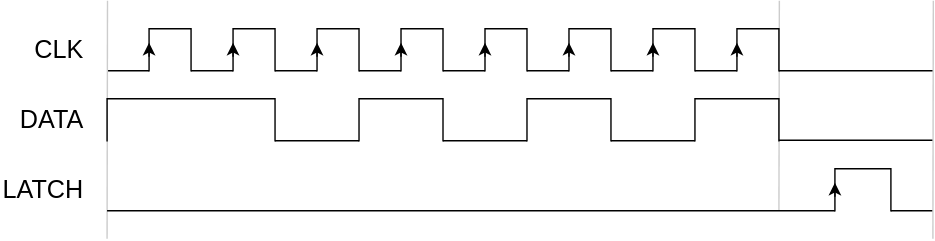
The draw.io diagram docs/11_pulse_transmitter_74HC595.drawio.svg in HX2003/tinyqv-pulse-transmitter, before a commit. Source tidied: cells renumbered, new cells last; positions are measured from the earlier drawing's top-left corner, leaving out a move shared by most shapes. The source it was exported from:
```xml
<mxGraphModel>
  <root>
    <mxCell id="0" />
    <mxCell id="1" parent="0" />
    <mxCell id="2" style="endArrow=none;html=1;strokeWidth=1;rounded=0;strokeColor=#CCCCCC;shadow=0;" parent="1" edge="1">
      <mxGeometry relative="1" as="geometry">
        <mxPoint x="520" y="150" as="sourcePoint" />
        <mxPoint x="520.3" as="targetPoint" />
      </mxGeometry>
    </mxCell>
    <mxCell id="3" style="group;fillColor=none;" parent="1" vertex="1">
      <mxGeometry x="40" y="20" width="60" height="30" as="geometry" />
    </mxCell>
    <mxCell id="4" style="shape=partialRectangle;whiteSpace=wrap;html=1;bottom=1;right=1;left=1;top=0;fillColor=none;routingCenterX=-0.5;rotation=-180;fillStyle=solid;gradientColor=none;textShadow=0;" parent="3" vertex="1">
      <mxGeometry x="30" width="30" height="30" as="geometry" />
    </mxCell>
    <mxCell id="5" style="endArrow=none;html=1;rounded=0;textShadow=0;" parent="3" edge="1">
      <mxGeometry relative="1" as="geometry">
        <mxPoint y="30" as="sourcePoint" />
        <mxPoint x="30" y="30" as="targetPoint" />
      </mxGeometry>
    </mxCell>
    <mxCell id="6" style="endArrow=classic;html=1;rounded=0;" parent="3" edge="1">
      <mxGeometry relative="1" as="geometry">
        <mxPoint x="30" y="20" as="sourcePoint" />
        <mxPoint x="30" y="10" as="targetPoint" />
      </mxGeometry>
    </mxCell>
    <mxCell id="7" style="endArrow=none;html=1;strokeWidth=1;rounded=0;strokeColor=#CCCCCC;shadow=0;" parent="3" edge="1">
      <mxGeometry relative="1" as="geometry">
        <mxPoint y="150" as="sourcePoint" />
        <mxPoint x="0.3" y="-20" as="targetPoint" />
      </mxGeometry>
    </mxCell>
    <mxCell id="8" value="&lt;font&gt;CLK&lt;/font&gt;" style="edgeLabel;html=1;align=right;verticalAlign=middle;labelBackgroundColor=none;textShadow=0;fontSize=18;" parent="1" vertex="1">
      <mxGeometry y="35" as="geometry">
        <mxPoint x="23" y="-1" as="offset" />
      </mxGeometry>
    </mxCell>
    <mxCell id="9" style="shape=partialRectangle;whiteSpace=wrap;html=1;bottom=1;right=1;left=1;top=0;fillColor=none;routingCenterX=-0.5;rotation=-180;fillStyle=solid;gradientColor=none;textShadow=0;" parent="1" vertex="1">
      <mxGeometry x="40" y="70" width="120" height="30" as="geometry" />
    </mxCell>
    <mxCell id="10" style="endArrow=none;html=1;rounded=0;textShadow=0;" parent="1" edge="1">
      <mxGeometry relative="1" as="geometry">
        <mxPoint x="160" y="100" as="sourcePoint" />
        <mxPoint x="220" y="100" as="targetPoint" />
      </mxGeometry>
    </mxCell>
    <mxCell id="11" style="shape=partialRectangle;whiteSpace=wrap;html=1;bottom=1;right=1;left=1;top=0;fillColor=none;routingCenterX=-0.5;rotation=-180;fillStyle=solid;gradientColor=none;textShadow=0;" parent="1" vertex="1">
      <mxGeometry x="220" y="70" width="60" height="30" as="geometry" />
    </mxCell>
    <mxCell id="12" style="endArrow=none;html=1;rounded=0;textShadow=0;" parent="1" edge="1">
      <mxGeometry relative="1" as="geometry">
        <mxPoint x="280" y="100" as="sourcePoint" />
        <mxPoint x="340" y="100" as="targetPoint" />
      </mxGeometry>
    </mxCell>
    <mxCell id="13" style="shape=partialRectangle;whiteSpace=wrap;html=1;bottom=1;right=1;left=1;top=0;fillColor=none;routingCenterX=-0.5;rotation=-180;fillStyle=solid;gradientColor=none;textShadow=0;" parent="1" vertex="1">
      <mxGeometry x="340" y="70" width="60" height="30" as="geometry" />
    </mxCell>
    <mxCell id="14" style="endArrow=none;html=1;rounded=0;textShadow=0;" parent="1" edge="1">
      <mxGeometry relative="1" as="geometry">
        <mxPoint x="400" y="100" as="sourcePoint" />
        <mxPoint x="460" y="100" as="targetPoint" />
      </mxGeometry>
    </mxCell>
    <mxCell id="15" style="shape=partialRectangle;whiteSpace=wrap;html=1;bottom=1;right=1;left=1;top=0;fillColor=none;routingCenterX=-0.5;rotation=-180;fillStyle=solid;gradientColor=none;textShadow=0;" parent="1" vertex="1">
      <mxGeometry x="460" y="70" width="60" height="30" as="geometry" />
    </mxCell>
    <mxCell id="16" style="group;fillColor=none;" parent="1" vertex="1">
      <mxGeometry x="100" y="20" width="60" height="30" as="geometry" />
    </mxCell>
    <mxCell id="17" style="shape=partialRectangle;whiteSpace=wrap;html=1;bottom=1;right=1;left=1;top=0;fillColor=none;routingCenterX=-0.5;rotation=-180;fillStyle=solid;gradientColor=none;textShadow=0;" parent="16" vertex="1">
      <mxGeometry x="30" width="30" height="30" as="geometry" />
    </mxCell>
    <mxCell id="18" style="endArrow=none;html=1;rounded=0;textShadow=0;" parent="16" edge="1">
      <mxGeometry relative="1" as="geometry">
        <mxPoint y="30" as="sourcePoint" />
        <mxPoint x="30" y="30" as="targetPoint" />
      </mxGeometry>
    </mxCell>
    <mxCell id="19" style="endArrow=classic;html=1;rounded=0;" parent="16" edge="1">
      <mxGeometry relative="1" as="geometry">
        <mxPoint x="30" y="20" as="sourcePoint" />
        <mxPoint x="30" y="10" as="targetPoint" />
      </mxGeometry>
    </mxCell>
    <mxCell id="20" style="group;fillColor=none;" parent="1" vertex="1">
      <mxGeometry x="160" y="20" width="60" height="30" as="geometry" />
    </mxCell>
    <mxCell id="21" style="shape=partialRectangle;whiteSpace=wrap;html=1;bottom=1;right=1;left=1;top=0;fillColor=none;routingCenterX=-0.5;rotation=-180;fillStyle=solid;gradientColor=none;textShadow=0;" parent="20" vertex="1">
      <mxGeometry x="30" width="30" height="30" as="geometry" />
    </mxCell>
    <mxCell id="22" style="endArrow=none;html=1;rounded=0;textShadow=0;" parent="20" edge="1">
      <mxGeometry relative="1" as="geometry">
        <mxPoint y="30" as="sourcePoint" />
        <mxPoint x="30" y="30" as="targetPoint" />
      </mxGeometry>
    </mxCell>
    <mxCell id="23" style="endArrow=classic;html=1;rounded=0;" parent="20" edge="1">
      <mxGeometry relative="1" as="geometry">
        <mxPoint x="30" y="20" as="sourcePoint" />
        <mxPoint x="30" y="10" as="targetPoint" />
      </mxGeometry>
    </mxCell>
    <mxCell id="24" style="group;fillColor=none;" parent="1" vertex="1">
      <mxGeometry x="220" y="20" width="60" height="30" as="geometry" />
    </mxCell>
    <mxCell id="25" style="shape=partialRectangle;whiteSpace=wrap;html=1;bottom=1;right=1;left=1;top=0;fillColor=none;routingCenterX=-0.5;rotation=-180;fillStyle=solid;gradientColor=none;textShadow=0;" parent="24" vertex="1">
      <mxGeometry x="30" width="30" height="30" as="geometry" />
    </mxCell>
    <mxCell id="26" style="endArrow=none;html=1;rounded=0;textShadow=0;" parent="24" edge="1">
      <mxGeometry relative="1" as="geometry">
        <mxPoint y="30" as="sourcePoint" />
        <mxPoint x="30" y="30" as="targetPoint" />
      </mxGeometry>
    </mxCell>
    <mxCell id="27" style="endArrow=classic;html=1;rounded=0;" parent="24" edge="1">
      <mxGeometry relative="1" as="geometry">
        <mxPoint x="30" y="20" as="sourcePoint" />
        <mxPoint x="30" y="10" as="targetPoint" />
      </mxGeometry>
    </mxCell>
    <mxCell id="28" style="group;fillColor=none;" parent="1" vertex="1">
      <mxGeometry x="280" y="20" width="60" height="30" as="geometry" />
    </mxCell>
    <mxCell id="29" style="shape=partialRectangle;whiteSpace=wrap;html=1;bottom=1;right=1;left=1;top=0;fillColor=none;routingCenterX=-0.5;rotation=-180;fillStyle=solid;gradientColor=none;textShadow=0;" parent="28" vertex="1">
      <mxGeometry x="30" width="30" height="30" as="geometry" />
    </mxCell>
    <mxCell id="30" style="endArrow=none;html=1;rounded=0;textShadow=0;" parent="28" edge="1">
      <mxGeometry relative="1" as="geometry">
        <mxPoint y="30" as="sourcePoint" />
        <mxPoint x="30" y="30" as="targetPoint" />
      </mxGeometry>
    </mxCell>
    <mxCell id="31" style="endArrow=classic;html=1;rounded=0;" parent="28" edge="1">
      <mxGeometry relative="1" as="geometry">
        <mxPoint x="30" y="20" as="sourcePoint" />
        <mxPoint x="30" y="10" as="targetPoint" />
      </mxGeometry>
    </mxCell>
    <mxCell id="32" style="group;fillColor=none;" parent="1" vertex="1">
      <mxGeometry x="340" y="20" width="60" height="30" as="geometry" />
    </mxCell>
    <mxCell id="33" style="shape=partialRectangle;whiteSpace=wrap;html=1;bottom=1;right=1;left=1;top=0;fillColor=none;routingCenterX=-0.5;rotation=-180;fillStyle=solid;gradientColor=none;textShadow=0;" parent="32" vertex="1">
      <mxGeometry x="30" width="30" height="30" as="geometry" />
    </mxCell>
    <mxCell id="34" style="endArrow=none;html=1;rounded=0;textShadow=0;" parent="32" edge="1">
      <mxGeometry relative="1" as="geometry">
        <mxPoint y="30" as="sourcePoint" />
        <mxPoint x="30" y="30" as="targetPoint" />
      </mxGeometry>
    </mxCell>
    <mxCell id="35" style="endArrow=classic;html=1;rounded=0;" parent="32" edge="1">
      <mxGeometry relative="1" as="geometry">
        <mxPoint x="30" y="20" as="sourcePoint" />
        <mxPoint x="30" y="10" as="targetPoint" />
      </mxGeometry>
    </mxCell>
    <mxCell id="36" style="group;fillColor=none;" parent="1" vertex="1">
      <mxGeometry x="400" y="20" width="60" height="30" as="geometry" />
    </mxCell>
    <mxCell id="37" style="shape=partialRectangle;whiteSpace=wrap;html=1;bottom=1;right=1;left=1;top=0;fillColor=none;routingCenterX=-0.5;rotation=-180;fillStyle=solid;gradientColor=none;textShadow=0;" parent="36" vertex="1">
      <mxGeometry x="30" width="30" height="30" as="geometry" />
    </mxCell>
    <mxCell id="38" style="endArrow=none;html=1;rounded=0;textShadow=0;" parent="36" edge="1">
      <mxGeometry relative="1" as="geometry">
        <mxPoint y="30" as="sourcePoint" />
        <mxPoint x="30" y="30" as="targetPoint" />
      </mxGeometry>
    </mxCell>
    <mxCell id="39" style="endArrow=classic;html=1;rounded=0;" parent="36" edge="1">
      <mxGeometry relative="1" as="geometry">
        <mxPoint x="30" y="20" as="sourcePoint" />
        <mxPoint x="30" y="10" as="targetPoint" />
      </mxGeometry>
    </mxCell>
    <mxCell id="40" style="group;fillColor=none;" parent="1" vertex="1">
      <mxGeometry x="460" y="20" width="60" height="30" as="geometry" />
    </mxCell>
    <mxCell id="41" style="shape=partialRectangle;whiteSpace=wrap;html=1;bottom=1;right=1;left=1;top=0;fillColor=none;routingCenterX=-0.5;rotation=-180;fillStyle=solid;gradientColor=none;textShadow=0;" parent="40" vertex="1">
      <mxGeometry x="30" width="30" height="30" as="geometry" />
    </mxCell>
    <mxCell id="42" style="endArrow=none;html=1;rounded=0;textShadow=0;" parent="40" edge="1">
      <mxGeometry relative="1" as="geometry">
        <mxPoint y="30" as="sourcePoint" />
        <mxPoint x="30" y="30" as="targetPoint" />
      </mxGeometry>
    </mxCell>
    <mxCell id="43" style="endArrow=classic;html=1;rounded=0;" parent="40" edge="1">
      <mxGeometry relative="1" as="geometry">
        <mxPoint x="30" y="20" as="sourcePoint" />
        <mxPoint x="30" y="10" as="targetPoint" />
      </mxGeometry>
    </mxCell>
    <mxCell id="44" style="endArrow=none;html=1;rounded=0;textShadow=0;entryX=1;entryY=0;entryDx=0;entryDy=0;" parent="1" edge="1" target="45">
      <mxGeometry relative="1" as="geometry">
        <mxPoint x="40" y="150" as="sourcePoint" />
      </mxGeometry>
    </mxCell>
    <mxCell id="45" style="shape=partialRectangle;whiteSpace=wrap;html=1;bottom=1;right=1;left=1;top=0;fillColor=none;routingCenterX=-0.5;rotation=-180;fillStyle=solid;gradientColor=none;textShadow=0;" parent="1" vertex="1">
      <mxGeometry x="560" y="120" width="40" height="30" as="geometry" />
    </mxCell>
    <mxCell id="46" style="endArrow=classic;html=1;rounded=0;" parent="1" edge="1">
      <mxGeometry relative="1" as="geometry">
        <mxPoint x="560" y="140" as="sourcePoint" />
        <mxPoint x="560" y="130" as="targetPoint" />
      </mxGeometry>
    </mxCell>
    <mxCell id="47" style="endArrow=none;html=1;rounded=0;textShadow=0;exitX=0;exitY=0;exitDx=0;exitDy=0;" parent="1" edge="1" source="45">
      <mxGeometry relative="1" as="geometry">
        <mxPoint x="630" y="150" as="targetPoint" />
      </mxGeometry>
    </mxCell>
    <mxCell id="48" style="endArrow=none;html=1;rounded=0;textShadow=0;" parent="1" edge="1">
      <mxGeometry relative="1" as="geometry">
        <mxPoint x="520" y="50" as="sourcePoint" />
        <mxPoint x="630" y="50" as="targetPoint" />
      </mxGeometry>
    </mxCell>
    <mxCell id="49" style="endArrow=none;html=1;rounded=0;textShadow=0;" parent="1" edge="1">
      <mxGeometry relative="1" as="geometry">
        <mxPoint x="520" y="99.6" as="sourcePoint" />
        <mxPoint x="630" y="99.6" as="targetPoint" />
      </mxGeometry>
    </mxCell>
    <mxCell id="50" style="endArrow=none;html=1;strokeWidth=1;rounded=0;strokeColor=#CCCCCC;shadow=0;" parent="1" edge="1">
      <mxGeometry relative="1" as="geometry">
        <mxPoint x="630" y="170" as="sourcePoint" />
        <mxPoint x="630.3" as="targetPoint" />
      </mxGeometry>
    </mxCell>
    <mxCell id="51" value="&lt;font&gt;DATA&lt;/font&gt;" style="edgeLabel;html=1;align=right;verticalAlign=middle;labelBackgroundColor=none;textShadow=0;fontSize=18;" parent="1" vertex="1">
      <mxGeometry y="85" as="geometry">
        <mxPoint x="23" y="-1" as="offset" />
      </mxGeometry>
    </mxCell>
    <mxCell id="52" value="LATCH" style="edgeLabel;html=1;align=right;verticalAlign=middle;labelBackgroundColor=none;textShadow=0;fontSize=18;" parent="1" vertex="1">
      <mxGeometry y="135" as="geometry">
        <mxPoint x="23" y="-1" as="offset" />
      </mxGeometry>
    </mxCell>
  </root>
</mxGraphModel>
```
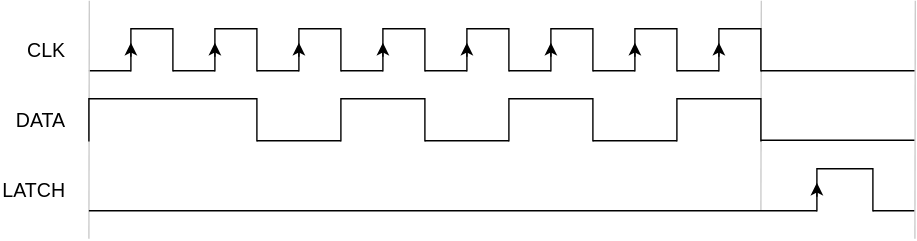
After the change.

Diff of the diagram source:
```diff
@@ -32,7 +32,7 @@
         <mxPoint x="0.3" y="-20" as="targetPoint" />
       </mxGeometry>
     </mxCell>
-    <mxCell id="8" value="&lt;font&gt;CLK&lt;/font&gt;" style="edgeLabel;html=1;align=right;verticalAlign=middle;labelBackgroundColor=none;textShadow=0;fontSize=18;" parent="1" vertex="1">
+    <mxCell id="8" value="&lt;font&gt;CLK&lt;/font&gt;" style="edgeLabel;html=1;align=right;verticalAlign=middle;labelBackgroundColor=none;textShadow=0;fontSize=14;" parent="1" vertex="1">
       <mxGeometry y="35" as="geometry">
         <mxPoint x="23" y="-1" as="offset" />
       </mxGeometry>
@@ -230,12 +230,12 @@
         <mxPoint x="630.3" as="targetPoint" />
       </mxGeometry>
     </mxCell>
-    <mxCell id="51" value="&lt;font&gt;DATA&lt;/font&gt;" style="edgeLabel;html=1;align=right;verticalAlign=middle;labelBackgroundColor=none;textShadow=0;fontSize=18;" parent="1" vertex="1">
+    <mxCell id="51" value="&lt;font&gt;DATA&lt;/font&gt;" style="edgeLabel;html=1;align=right;verticalAlign=middle;labelBackgroundColor=none;textShadow=0;fontSize=14;" parent="1" vertex="1">
       <mxGeometry y="85" as="geometry">
         <mxPoint x="23" y="-1" as="offset" />
       </mxGeometry>
     </mxCell>
-    <mxCell id="52" value="LATCH" style="edgeLabel;html=1;align=right;verticalAlign=middle;labelBackgroundColor=none;textShadow=0;fontSize=18;" parent="1" vertex="1">
+    <mxCell id="52" value="LATCH" style="edgeLabel;html=1;align=right;verticalAlign=middle;labelBackgroundColor=none;textShadow=0;fontSize=14;" parent="1" vertex="1">
       <mxGeometry y="135" as="geometry">
         <mxPoint x="23" y="-1" as="offset" />
       </mxGeometry>
```
